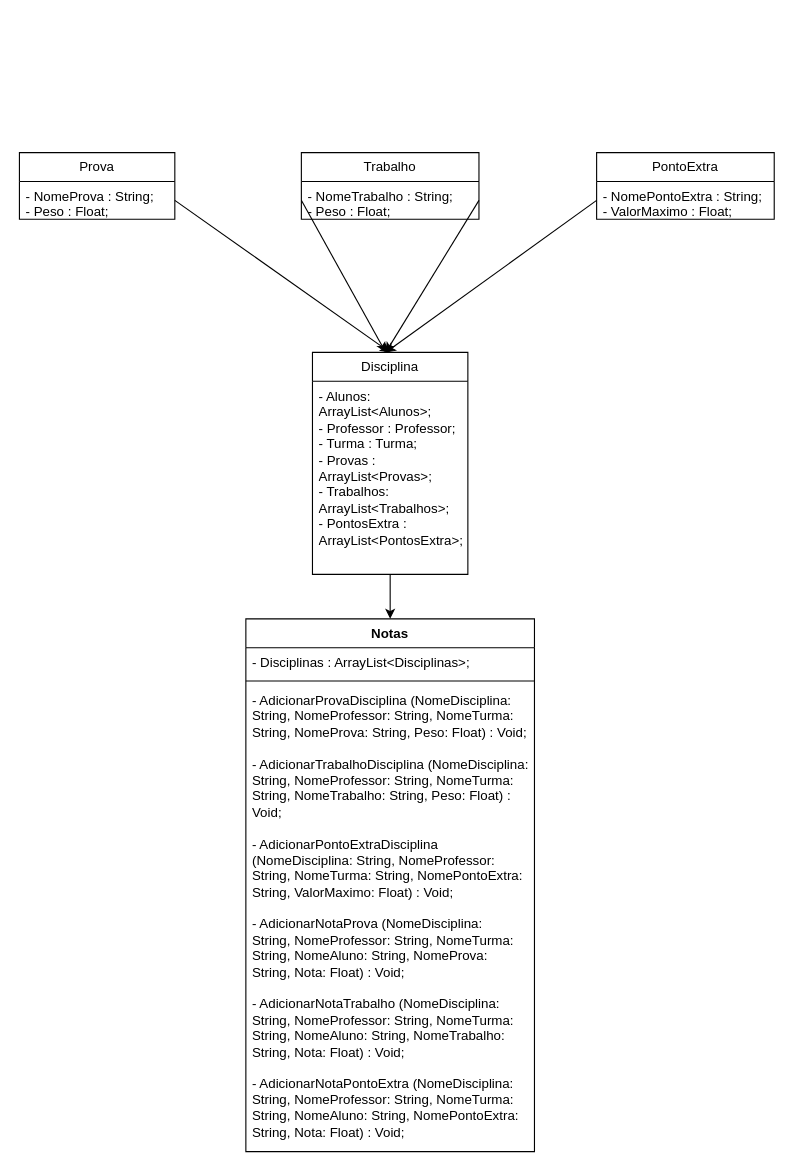
The draw.io diagram Untitled Diagram.drawio in Gotoxico/TrabalhoPOO2, before the edit. Source tidied: cells renumbered, new cells numbered last; positions are measured from the earlier drawing's top-left corner, leaving out a move shared by most shapes. Both pictures are drawn from the tidied source at 111%, with x=0, y=0 at pixel (19, 152).
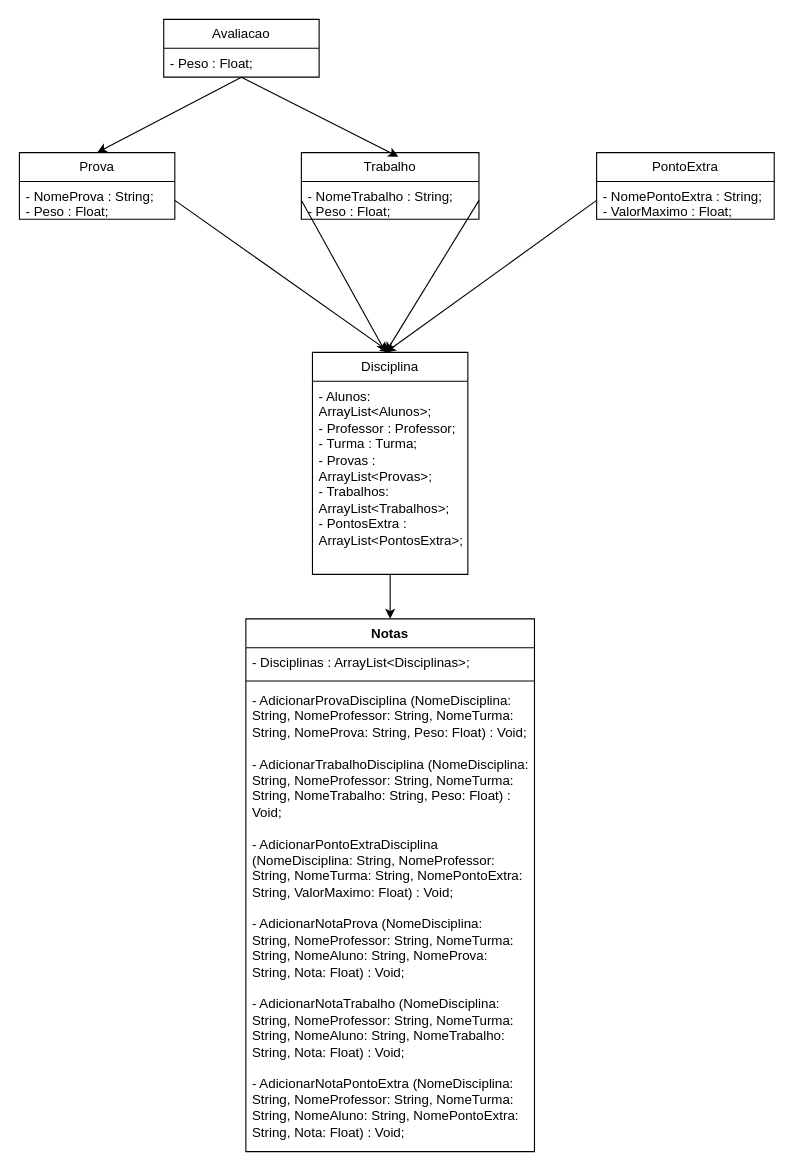
The same diagram, later.

Unchanged cells that the change refers to:
```xml
<mxCell id="9" value="Prova" style="swimlane;fontStyle=0;horizontal=1;startSize=26;fillColor=none;whiteSpace=wrap;html=1;" parent="1" vertex="1">
  <mxGeometry width="140" height="60" as="geometry" />
</mxCell>
<mxCell id="11" value="Trabalho" style="swimlane;fontStyle=0;horizontal=1;startSize=26;fillColor=none;whiteSpace=wrap;html=1;" parent="1" vertex="1">
  <mxGeometry x="254" width="160" height="60" as="geometry" />
</mxCell>
```

Change to the diagram source:
```diff
@@
+    <mxCell id="19" style="edgeStyle=none;rounded=0;jettySize=auto;html=1;exitX=0.5;exitY=1;exitDx=0;exitDy=0;entryX=0.5;entryY=0;entryDx=0;entryDy=0;" parent="1" edge="1" source="20" target="9">
+      <mxGeometry relative="1" as="geometry" />
+    </mxCell>
+    <mxCell id="20" value="Avaliacao" style="swimlane;fontStyle=0;horizontal=1;startSize=26;fillColor=none;whiteSpace=wrap;html=1;" parent="1" vertex="1">
+      <mxGeometry x="130" y="-120" width="140" height="52" as="geometry" />
+    </mxCell>
+    <mxCell id="21" value="- Peso : Float;" style="text;strokeColor=none;fillColor=none;align=left;verticalAlign=top;spacingLeft=4;spacingRight=4;overflow=hidden;whiteSpace=wrap;html=1;" parent="20" vertex="1">
+      <mxGeometry y="26" width="140" height="26" as="geometry" />
+    </mxCell>
+    <mxCell id="22" style="edgeStyle=none;rounded=0;jettySize=auto;html=1;exitX=0.5;exitY=1;exitDx=0;exitDy=0;entryX=0.546;entryY=0.061;entryDx=0;entryDy=0;entryPerimeter=0;" parent="1" edge="1" source="20" target="11">
+      <mxGeometry relative="1" as="geometry" />
+    </mxCell>
```
